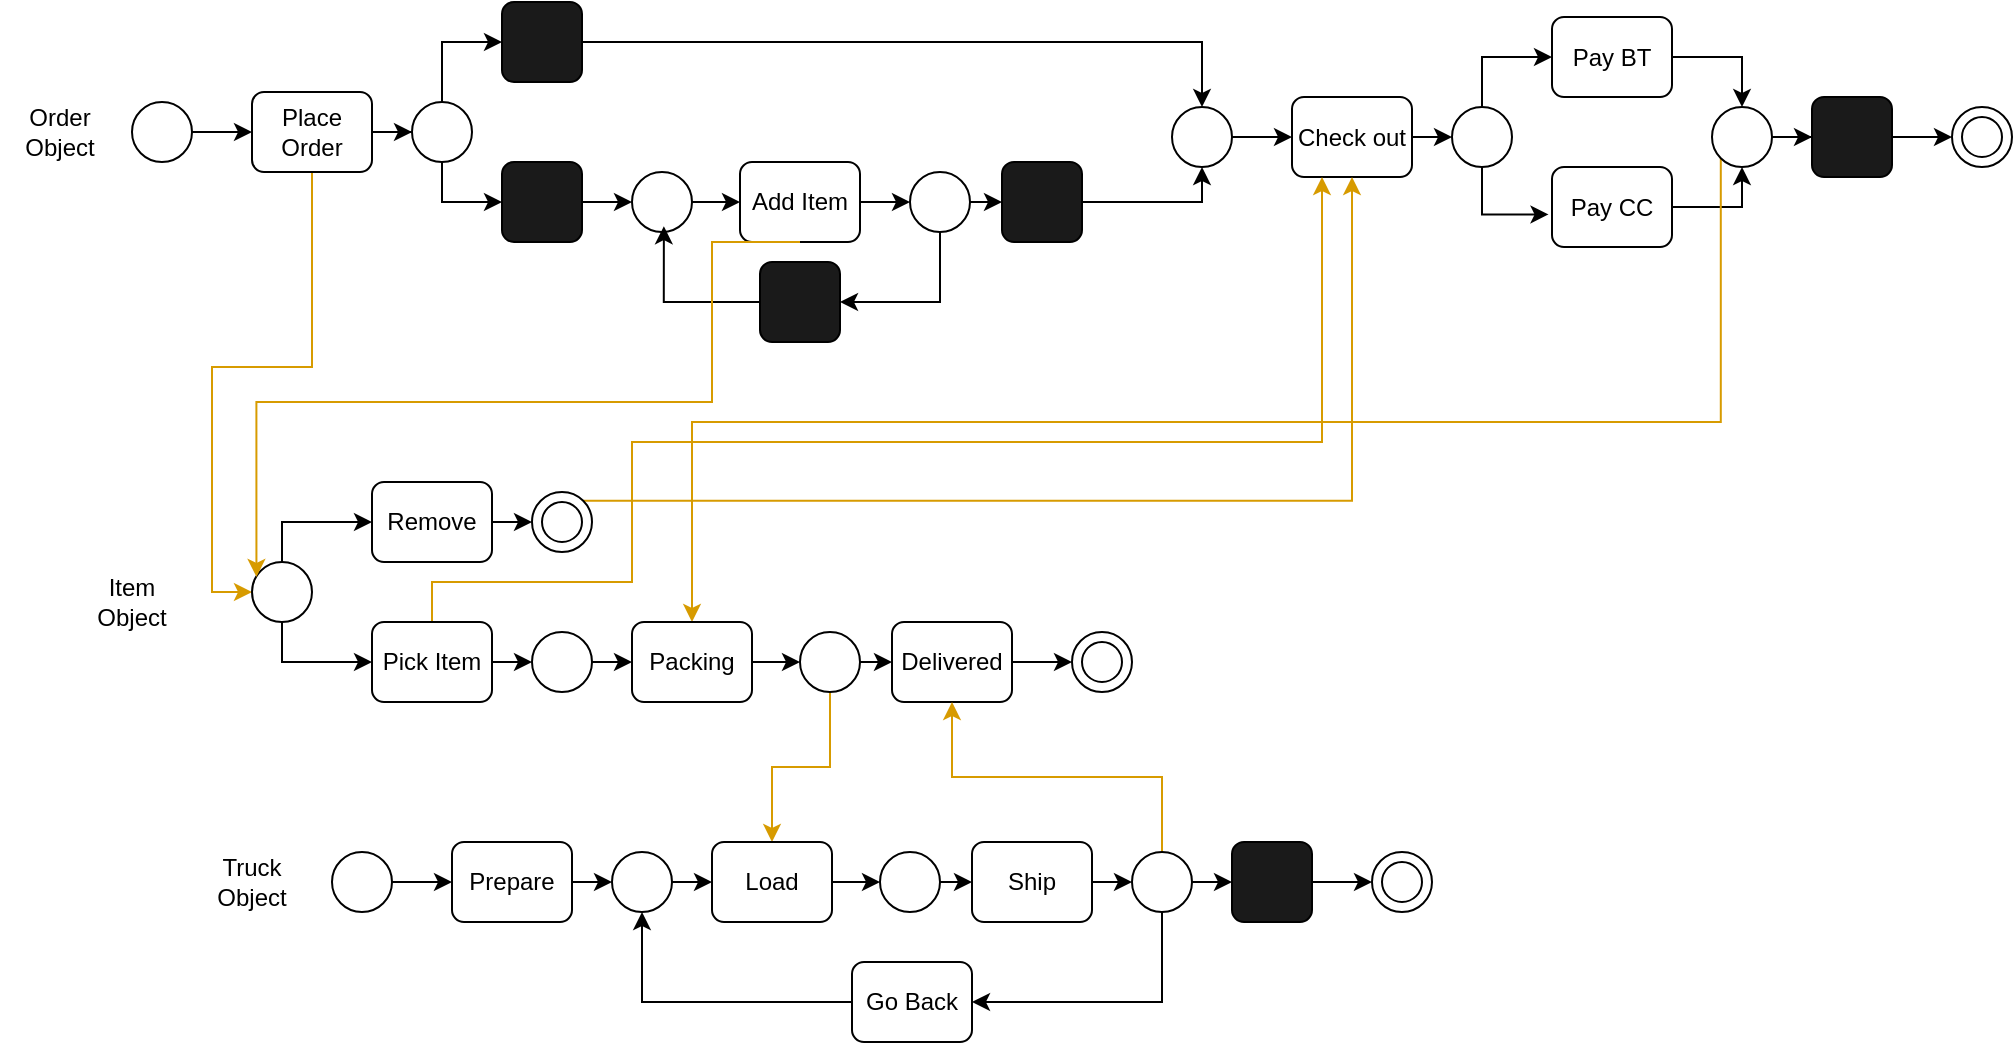
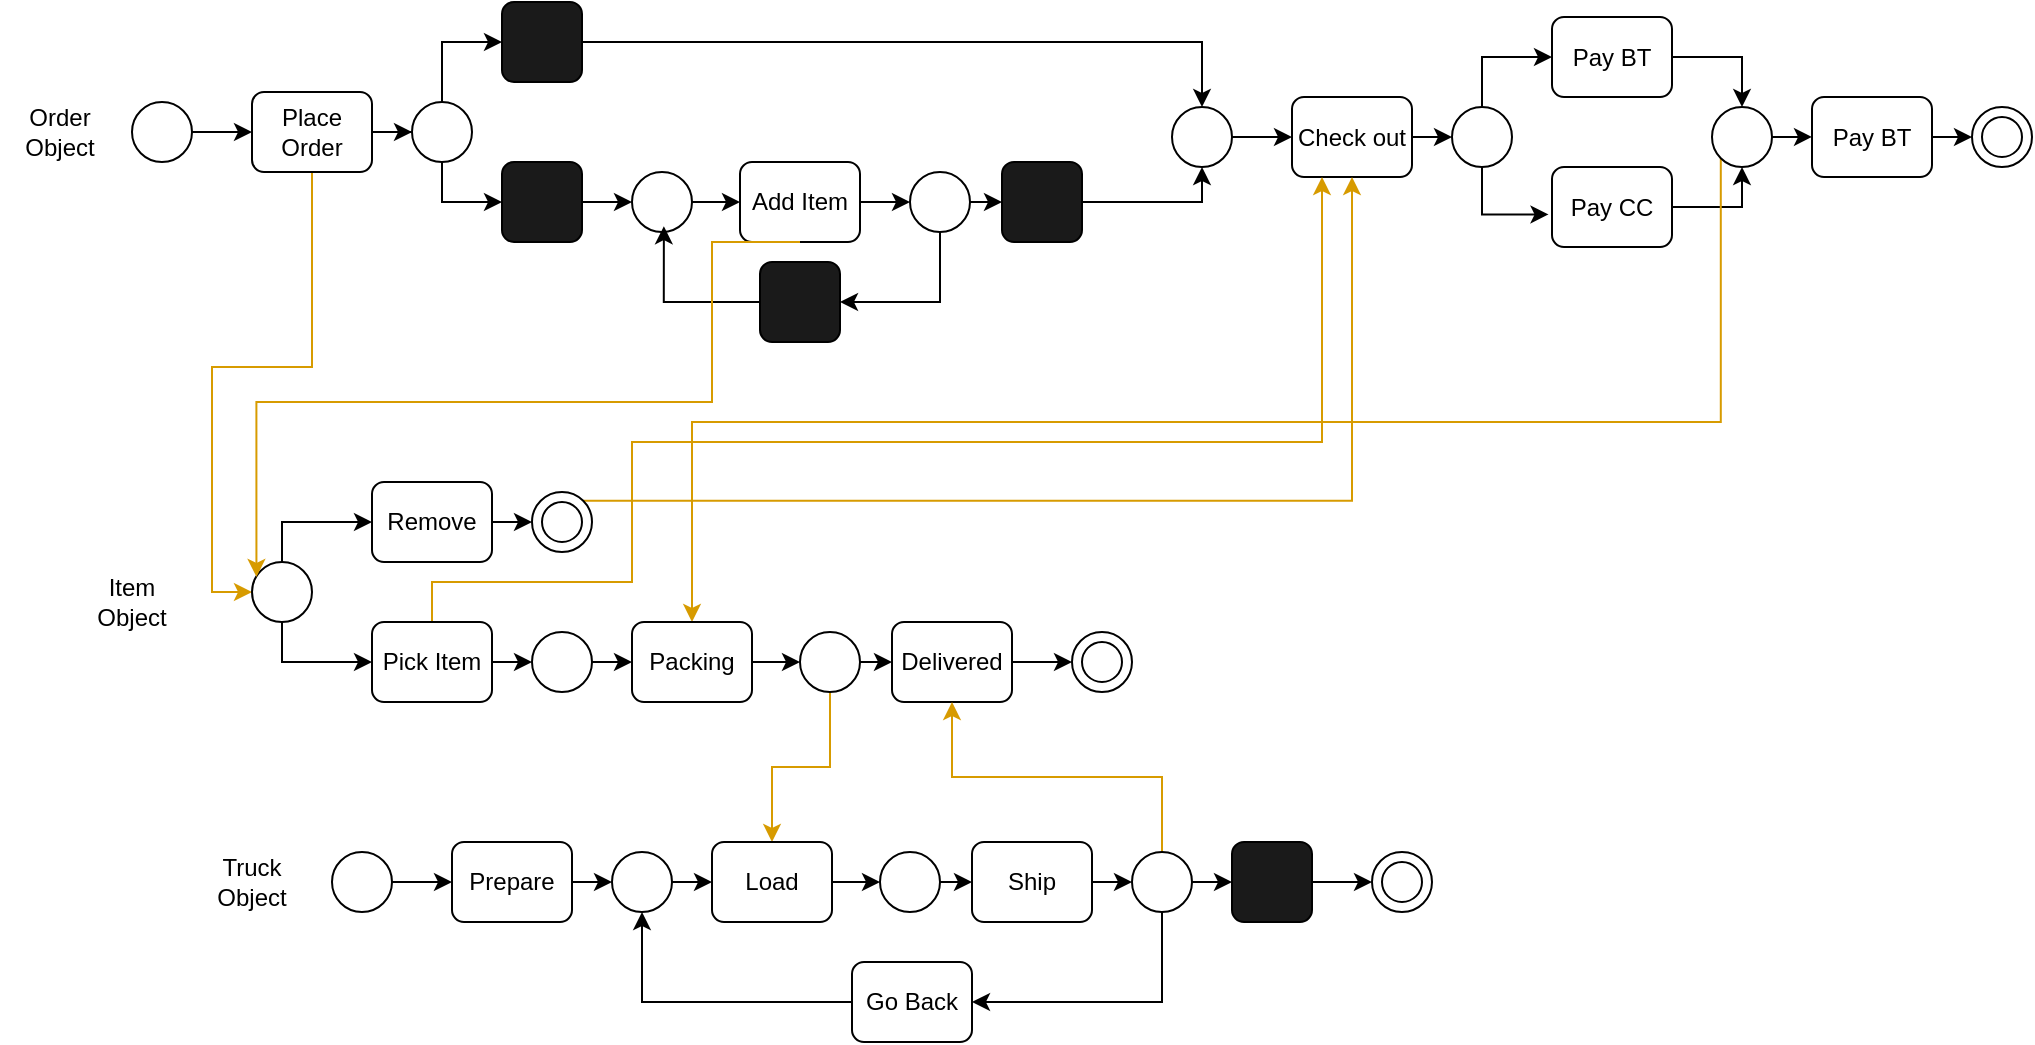
<mxfile host="app.diagrams.net" agent="Mozilla/5.0 (Macintosh; Intel Mac OS X 10_15_7) AppleWebKit/537.36 (KHTML, like Gecko) Chrome/145.0.0.0 Safari/537.36" version="29.6.1">
  <diagram name="Page-1" id="U0lEB8RDONqyMo7fbvKj">
-     <mxGraphModel dx="1110" dy="627" grid="1" gridSize="10" guides="1" tooltips="1" connect="1" arrows="1" fold="1" page="1" pageScale="1" pageWidth="827" pageHeight="1169" math="1" shadow="0">
+     <mxGraphModel dx="664" dy="373" grid="1" gridSize="10" guides="1" tooltips="1" connect="1" arrows="1" fold="1" page="1" pageScale="1" pageWidth="827" pageHeight="1169" math="1" shadow="0">
      <root>
        <mxCell id="0" />
        <mxCell id="1" parent="0" />
        <mxCell id="wiDblZTbU8_r3XgRSgjG-6" edge="1" parent="1" source="wiDblZTbU8_r3XgRSgjG-1" style="edgeStyle=orthogonalEdgeStyle;rounded=0;orthogonalLoop=1;jettySize=auto;html=1;exitX=1;exitY=0.5;exitDx=0;exitDy=0;" target="wiDblZTbU8_r3XgRSgjG-2">
          <mxGeometry relative="1" as="geometry" />
        </mxCell>
        <mxCell id="wiDblZTbU8_r3XgRSgjG-1" parent="1" style="ellipse;whiteSpace=wrap;html=1;aspect=fixed;" value="" vertex="1">
          <mxGeometry height="30" width="30" x="80" y="110" as="geometry" />
        </mxCell>
        <mxCell id="wiDblZTbU8_r3XgRSgjG-8" edge="1" parent="1" source="wiDblZTbU8_r3XgRSgjG-2" style="edgeStyle=orthogonalEdgeStyle;rounded=0;orthogonalLoop=1;jettySize=auto;html=1;exitX=1;exitY=0.5;exitDx=0;exitDy=0;" target="wiDblZTbU8_r3XgRSgjG-7">
          <mxGeometry relative="1" as="geometry" />
        </mxCell>
        <mxCell id="wiDblZTbU8_r3XgRSgjG-104" edge="1" parent="1" source="wiDblZTbU8_r3XgRSgjG-2" style="edgeStyle=orthogonalEdgeStyle;rounded=0;orthogonalLoop=1;jettySize=auto;html=1;exitX=0.5;exitY=1;exitDx=0;exitDy=0;entryX=0;entryY=0.5;entryDx=0;entryDy=0;fillColor=#ffe6cc;strokeColor=#d79b00;" target="wiDblZTbU8_r3XgRSgjG-40">
          <mxGeometry relative="1" as="geometry" />
        </mxCell>
        <mxCell id="wiDblZTbU8_r3XgRSgjG-2" parent="1" style="rounded=1;whiteSpace=wrap;html=1;" value="Place Order" vertex="1">
          <mxGeometry height="40" width="60" x="140" y="105" as="geometry" />
        </mxCell>
        <mxCell id="wiDblZTbU8_r3XgRSgjG-98" edge="1" parent="1" source="wiDblZTbU8_r3XgRSgjG-4" style="edgeStyle=orthogonalEdgeStyle;rounded=0;orthogonalLoop=1;jettySize=auto;html=1;exitX=1;exitY=0.5;exitDx=0;exitDy=0;entryX=0;entryY=0.5;entryDx=0;entryDy=0;" target="wiDblZTbU8_r3XgRSgjG-90">
          <mxGeometry relative="1" as="geometry" />
        </mxCell>
        <mxCell id="wiDblZTbU8_r3XgRSgjG-4" parent="1" style="rounded=1;whiteSpace=wrap;html=1;" value="Add Item" vertex="1">
          <mxGeometry height="40" width="60" x="384" y="140" as="geometry" />
        </mxCell>
        <mxCell id="wiDblZTbU8_r3XgRSgjG-94" edge="1" parent="1" source="wiDblZTbU8_r3XgRSgjG-7" style="edgeStyle=orthogonalEdgeStyle;rounded=0;orthogonalLoop=1;jettySize=auto;html=1;exitX=0.5;exitY=0;exitDx=0;exitDy=0;entryX=0;entryY=0.5;entryDx=0;entryDy=0;" target="wiDblZTbU8_r3XgRSgjG-9">
          <mxGeometry relative="1" as="geometry" />
        </mxCell>
        <mxCell id="wiDblZTbU8_r3XgRSgjG-95" edge="1" parent="1" source="wiDblZTbU8_r3XgRSgjG-7" style="edgeStyle=orthogonalEdgeStyle;rounded=0;orthogonalLoop=1;jettySize=auto;html=1;exitX=0.5;exitY=1;exitDx=0;exitDy=0;" target="wiDblZTbU8_r3XgRSgjG-89">
          <mxGeometry relative="1" as="geometry" />
        </mxCell>
        <mxCell id="wiDblZTbU8_r3XgRSgjG-7" parent="1" style="ellipse;whiteSpace=wrap;html=1;aspect=fixed;" value="" vertex="1">
          <mxGeometry height="30" width="30" x="220" y="110" as="geometry" />
        </mxCell>
        <mxCell id="wiDblZTbU8_r3XgRSgjG-103" edge="1" parent="1" source="wiDblZTbU8_r3XgRSgjG-9" style="edgeStyle=orthogonalEdgeStyle;rounded=0;orthogonalLoop=1;jettySize=auto;html=1;exitX=1;exitY=0.5;exitDx=0;exitDy=0;entryX=0.5;entryY=0;entryDx=0;entryDy=0;" target="wiDblZTbU8_r3XgRSgjG-20">
          <mxGeometry relative="1" as="geometry" />
        </mxCell>
        <mxCell id="wiDblZTbU8_r3XgRSgjG-9" parent="1" style="rounded=1;whiteSpace=wrap;html=1;fillColor=#1A1A1A;" value="" vertex="1">
          <mxGeometry height="40" width="40" x="265" y="60" as="geometry" />
        </mxCell>
        <mxCell id="wiDblZTbU8_r3XgRSgjG-97" edge="1" parent="1" source="wiDblZTbU8_r3XgRSgjG-13" style="edgeStyle=orthogonalEdgeStyle;rounded=0;orthogonalLoop=1;jettySize=auto;html=1;exitX=1;exitY=0.5;exitDx=0;exitDy=0;entryX=0;entryY=0.5;entryDx=0;entryDy=0;" target="wiDblZTbU8_r3XgRSgjG-4">
          <mxGeometry relative="1" as="geometry" />
        </mxCell>
        <mxCell id="wiDblZTbU8_r3XgRSgjG-13" parent="1" style="ellipse;whiteSpace=wrap;html=1;aspect=fixed;" value="" vertex="1">
          <mxGeometry height="30" width="30" x="330" y="145" as="geometry" />
        </mxCell>
        <mxCell id="wiDblZTbU8_r3XgRSgjG-24" edge="1" parent="1" source="wiDblZTbU8_r3XgRSgjG-20" style="edgeStyle=orthogonalEdgeStyle;rounded=0;orthogonalLoop=1;jettySize=auto;html=1;exitX=1;exitY=0.5;exitDx=0;exitDy=0;entryX=0;entryY=0.5;entryDx=0;entryDy=0;" target="wiDblZTbU8_r3XgRSgjG-23">
          <mxGeometry relative="1" as="geometry" />
        </mxCell>
        <mxCell id="wiDblZTbU8_r3XgRSgjG-20" parent="1" style="ellipse;whiteSpace=wrap;html=1;aspect=fixed;" value="" vertex="1">
          <mxGeometry height="30" width="30" x="600" y="112.5" as="geometry" />
        </mxCell>
        <mxCell id="wiDblZTbU8_r3XgRSgjG-32" edge="1" parent="1" source="wiDblZTbU8_r3XgRSgjG-23" style="edgeStyle=orthogonalEdgeStyle;rounded=0;orthogonalLoop=1;jettySize=auto;html=1;exitX=1;exitY=0.5;exitDx=0;exitDy=0;entryX=0;entryY=0.5;entryDx=0;entryDy=0;" target="wiDblZTbU8_r3XgRSgjG-25">
          <mxGeometry relative="1" as="geometry" />
        </mxCell>
        <mxCell id="wiDblZTbU8_r3XgRSgjG-23" parent="1" style="rounded=1;whiteSpace=wrap;html=1;" value="Check out" vertex="1">
          <mxGeometry height="40" width="60" x="660" y="107.5" as="geometry" />
        </mxCell>
        <mxCell id="wiDblZTbU8_r3XgRSgjG-25" parent="1" style="ellipse;whiteSpace=wrap;html=1;aspect=fixed;" value="" vertex="1">
          <mxGeometry height="30" width="30" x="740" y="112.5" as="geometry" />
        </mxCell>
        <mxCell id="wiDblZTbU8_r3XgRSgjG-36" edge="1" parent="1" source="wiDblZTbU8_r3XgRSgjG-26" style="edgeStyle=orthogonalEdgeStyle;rounded=0;orthogonalLoop=1;jettySize=auto;html=1;exitX=1;exitY=0.5;exitDx=0;exitDy=0;entryX=0.5;entryY=0;entryDx=0;entryDy=0;" target="wiDblZTbU8_r3XgRSgjG-28">
          <mxGeometry relative="1" as="geometry" />
        </mxCell>
        <mxCell id="wiDblZTbU8_r3XgRSgjG-26" parent="1" style="rounded=1;whiteSpace=wrap;html=1;" value="Pay BT" vertex="1">
          <mxGeometry height="40" width="60" x="790" y="67.5" as="geometry" />
        </mxCell>
        <mxCell id="wiDblZTbU8_r3XgRSgjG-35" edge="1" parent="1" source="wiDblZTbU8_r3XgRSgjG-27" style="edgeStyle=orthogonalEdgeStyle;rounded=0;orthogonalLoop=1;jettySize=auto;html=1;exitX=1;exitY=0.5;exitDx=0;exitDy=0;entryX=0.5;entryY=1;entryDx=0;entryDy=0;" target="wiDblZTbU8_r3XgRSgjG-28">
          <mxGeometry relative="1" as="geometry">
            <Array as="points">
              <mxPoint x="850" y="162.5" />
              <mxPoint x="885" y="162.5" />
            </Array>
          </mxGeometry>
        </mxCell>
        <mxCell id="wiDblZTbU8_r3XgRSgjG-27" parent="1" style="rounded=1;whiteSpace=wrap;html=1;" value="Pay CC" vertex="1">
          <mxGeometry height="40" width="60" x="790" y="142.5" as="geometry" />
        </mxCell>
-         <mxCell id="wiDblZTbU8_r3XgRSgjG-37" edge="1" parent="1" source="wiDblZTbU8_r3XgRSgjG-28" style="edgeStyle=orthogonalEdgeStyle;rounded=0;orthogonalLoop=1;jettySize=auto;html=1;exitX=1;exitY=0.5;exitDx=0;exitDy=0;" target="wiDblZTbU8_r3XgRSgjG-30">
-           <mxGeometry relative="1" as="geometry" />
+         <mxCell id="wiDblZTbU8_r3XgRSgjG-37" edge="1" parent="1" source="wiDblZTbU8_r3XgRSgjG-28" style="edgeStyle=orthogonalEdgeStyle;rounded=0;orthogonalLoop=1;jettySize=auto;html=1;exitX=1;exitY=0.5;exitDx=0;exitDy=0;">
+           <mxGeometry relative="1" as="geometry">
+             <mxPoint x="920" y="127.48648648648646" as="targetPoint" />
+           </mxGeometry>
        </mxCell>
        <mxCell id="wiDblZTbU8_r3XgRSgjG-108" edge="1" parent="1" source="wiDblZTbU8_r3XgRSgjG-28" style="edgeStyle=orthogonalEdgeStyle;rounded=0;orthogonalLoop=1;jettySize=auto;html=1;exitX=0;exitY=1;exitDx=0;exitDy=0;entryX=0.5;entryY=0;entryDx=0;entryDy=0;fillColor=#ffe6cc;strokeColor=#d79b00;" target="wiDblZTbU8_r3XgRSgjG-49">
          <mxGeometry relative="1" as="geometry">
            <Array as="points">
              <mxPoint x="874" y="270" />
              <mxPoint x="360" y="270" />
            </Array>
          </mxGeometry>
        </mxCell>
        <mxCell id="wiDblZTbU8_r3XgRSgjG-28" parent="1" style="ellipse;whiteSpace=wrap;html=1;aspect=fixed;" value="" vertex="1">
          <mxGeometry height="30" width="30" x="870" y="112.5" as="geometry" />
        </mxCell>
-         <mxCell id="wiDblZTbU8_r3XgRSgjG-38" edge="1" parent="1" source="wiDblZTbU8_r3XgRSgjG-30" style="edgeStyle=orthogonalEdgeStyle;rounded=0;orthogonalLoop=1;jettySize=auto;html=1;exitX=1;exitY=0.5;exitDx=0;exitDy=0;entryX=0;entryY=0.5;entryDx=0;entryDy=0;" target="wiDblZTbU8_r3XgRSgjG-31">
-           <mxGeometry relative="1" as="geometry" />
-         </mxCell>
-         <mxCell id="wiDblZTbU8_r3XgRSgjG-30" parent="1" style="rounded=1;whiteSpace=wrap;html=1;fillColor=#1A1A1A;" value="" vertex="1">
-           <mxGeometry height="40" width="40" x="920" y="107.5" as="geometry" />
-         </mxCell>
        <mxCell id="wiDblZTbU8_r3XgRSgjG-31" parent="1" style="ellipse;whiteSpace=wrap;html=1;aspect=fixed;" value="" vertex="1">
-           <mxGeometry height="30" width="30" x="990" y="112.5" as="geometry" />
+           <mxGeometry height="30" width="30" x="1000" y="112.5" as="geometry" />
        </mxCell>
        <mxCell id="wiDblZTbU8_r3XgRSgjG-33" edge="1" parent="1" source="wiDblZTbU8_r3XgRSgjG-25" style="edgeStyle=orthogonalEdgeStyle;rounded=0;orthogonalLoop=1;jettySize=auto;html=1;exitX=0.5;exitY=0;exitDx=0;exitDy=0;entryX=0;entryY=0.5;entryDx=0;entryDy=0;" target="wiDblZTbU8_r3XgRSgjG-26">
          <mxGeometry relative="1" as="geometry" />
        </mxCell>
        <mxCell id="wiDblZTbU8_r3XgRSgjG-39" parent="1" style="ellipse;whiteSpace=wrap;html=1;aspect=fixed;" value="" vertex="1">
-           <mxGeometry height="20" width="20" x="995" y="117.5" as="geometry" />
+           <mxGeometry height="20" width="20" x="1005" y="117.5" as="geometry" />
        </mxCell>
        <mxCell id="wiDblZTbU8_r3XgRSgjG-45" edge="1" parent="1" source="wiDblZTbU8_r3XgRSgjG-40" style="edgeStyle=orthogonalEdgeStyle;rounded=0;orthogonalLoop=1;jettySize=auto;html=1;exitX=0.5;exitY=0;exitDx=0;exitDy=0;" target="wiDblZTbU8_r3XgRSgjG-41">
          <mxGeometry relative="1" as="geometry" />
        </mxCell>
        <mxCell id="wiDblZTbU8_r3XgRSgjG-46" edge="1" parent="1" source="wiDblZTbU8_r3XgRSgjG-40" style="edgeStyle=orthogonalEdgeStyle;rounded=0;orthogonalLoop=1;jettySize=auto;html=1;exitX=0.5;exitY=1;exitDx=0;exitDy=0;entryX=0;entryY=0.5;entryDx=0;entryDy=0;" target="wiDblZTbU8_r3XgRSgjG-42">
          <mxGeometry relative="1" as="geometry" />
        </mxCell>
        <mxCell id="wiDblZTbU8_r3XgRSgjG-40" parent="1" style="ellipse;whiteSpace=wrap;html=1;aspect=fixed;" value="" vertex="1">
          <mxGeometry height="30" width="30" x="140" y="340" as="geometry" />
        </mxCell>
        <mxCell id="wiDblZTbU8_r3XgRSgjG-47" edge="1" parent="1" source="wiDblZTbU8_r3XgRSgjG-41" style="edgeStyle=orthogonalEdgeStyle;rounded=0;orthogonalLoop=1;jettySize=auto;html=1;exitX=1;exitY=0.5;exitDx=0;exitDy=0;entryX=0;entryY=0.5;entryDx=0;entryDy=0;" target="wiDblZTbU8_r3XgRSgjG-43">
          <mxGeometry relative="1" as="geometry" />
        </mxCell>
        <mxCell id="wiDblZTbU8_r3XgRSgjG-41" parent="1" style="rounded=1;whiteSpace=wrap;html=1;" value="Remove" vertex="1">
          <mxGeometry height="40" width="60" x="200" y="300" as="geometry" />
        </mxCell>
        <mxCell id="wiDblZTbU8_r3XgRSgjG-55" edge="1" parent="1" source="wiDblZTbU8_r3XgRSgjG-42" style="edgeStyle=orthogonalEdgeStyle;rounded=0;orthogonalLoop=1;jettySize=auto;html=1;exitX=1;exitY=0.5;exitDx=0;exitDy=0;entryX=0;entryY=0.5;entryDx=0;entryDy=0;" target="wiDblZTbU8_r3XgRSgjG-48">
          <mxGeometry relative="1" as="geometry" />
        </mxCell>
        <mxCell id="wiDblZTbU8_r3XgRSgjG-107" edge="1" parent="1" source="wiDblZTbU8_r3XgRSgjG-42" style="edgeStyle=orthogonalEdgeStyle;rounded=0;orthogonalLoop=1;jettySize=auto;html=1;exitX=0.5;exitY=0;exitDx=0;exitDy=0;entryX=0.25;entryY=1;entryDx=0;entryDy=0;fillColor=#ffe6cc;strokeColor=#d79b00;" target="wiDblZTbU8_r3XgRSgjG-23">
          <mxGeometry relative="1" as="geometry">
            <Array as="points">
              <mxPoint x="230" y="350" />
              <mxPoint x="330" y="350" />
              <mxPoint x="330" y="280" />
              <mxPoint x="675" y="280" />
            </Array>
          </mxGeometry>
        </mxCell>
        <mxCell id="wiDblZTbU8_r3XgRSgjG-42" parent="1" style="rounded=1;whiteSpace=wrap;html=1;" value="Pick Item" vertex="1">
          <mxGeometry height="40" width="60" x="200" y="370" as="geometry" />
        </mxCell>
        <mxCell id="wiDblZTbU8_r3XgRSgjG-106" edge="1" parent="1" source="wiDblZTbU8_r3XgRSgjG-43" style="edgeStyle=orthogonalEdgeStyle;rounded=0;orthogonalLoop=1;jettySize=auto;html=1;exitX=1;exitY=0;exitDx=0;exitDy=0;fillColor=#ffe6cc;strokeColor=#d79b00;" target="wiDblZTbU8_r3XgRSgjG-23">
          <mxGeometry relative="1" as="geometry" />
        </mxCell>
        <mxCell id="wiDblZTbU8_r3XgRSgjG-43" parent="1" style="ellipse;whiteSpace=wrap;html=1;aspect=fixed;" value="" vertex="1">
          <mxGeometry height="30" width="30" x="280" y="305" as="geometry" />
        </mxCell>
        <mxCell id="wiDblZTbU8_r3XgRSgjG-44" parent="1" style="ellipse;whiteSpace=wrap;html=1;aspect=fixed;" value="" vertex="1">
          <mxGeometry height="20" width="20" x="285" y="310" as="geometry" />
        </mxCell>
        <mxCell id="wiDblZTbU8_r3XgRSgjG-56" edge="1" parent="1" source="wiDblZTbU8_r3XgRSgjG-48" style="edgeStyle=orthogonalEdgeStyle;rounded=0;orthogonalLoop=1;jettySize=auto;html=1;exitX=1;exitY=0.5;exitDx=0;exitDy=0;entryX=0;entryY=0.5;entryDx=0;entryDy=0;" target="wiDblZTbU8_r3XgRSgjG-49">
          <mxGeometry relative="1" as="geometry" />
        </mxCell>
        <mxCell id="wiDblZTbU8_r3XgRSgjG-48" parent="1" style="ellipse;whiteSpace=wrap;html=1;aspect=fixed;" value="" vertex="1">
          <mxGeometry height="30" width="30" x="280" y="375" as="geometry" />
        </mxCell>
        <mxCell id="wiDblZTbU8_r3XgRSgjG-57" edge="1" parent="1" source="wiDblZTbU8_r3XgRSgjG-49" style="edgeStyle=orthogonalEdgeStyle;rounded=0;orthogonalLoop=1;jettySize=auto;html=1;exitX=1;exitY=0.5;exitDx=0;exitDy=0;entryX=0;entryY=0.5;entryDx=0;entryDy=0;" target="wiDblZTbU8_r3XgRSgjG-50">
          <mxGeometry relative="1" as="geometry" />
        </mxCell>
        <mxCell id="wiDblZTbU8_r3XgRSgjG-49" parent="1" style="rounded=1;whiteSpace=wrap;html=1;" value="Packing" vertex="1">
          <mxGeometry height="40" width="60" x="330" y="370" as="geometry" />
        </mxCell>
        <mxCell id="wiDblZTbU8_r3XgRSgjG-58" edge="1" parent="1" source="wiDblZTbU8_r3XgRSgjG-50" style="edgeStyle=orthogonalEdgeStyle;rounded=0;orthogonalLoop=1;jettySize=auto;html=1;exitX=1;exitY=0.5;exitDx=0;exitDy=0;entryX=0;entryY=0.5;entryDx=0;entryDy=0;" target="wiDblZTbU8_r3XgRSgjG-51">
          <mxGeometry relative="1" as="geometry" />
        </mxCell>
        <mxCell id="wiDblZTbU8_r3XgRSgjG-109" edge="1" parent="1" source="wiDblZTbU8_r3XgRSgjG-50" style="edgeStyle=orthogonalEdgeStyle;rounded=0;orthogonalLoop=1;jettySize=auto;html=1;exitX=0.5;exitY=1;exitDx=0;exitDy=0;entryX=0.5;entryY=0;entryDx=0;entryDy=0;fillColor=#ffe6cc;strokeColor=#d79b00;" target="wiDblZTbU8_r3XgRSgjG-67">
          <mxGeometry relative="1" as="geometry" />
        </mxCell>
        <mxCell id="wiDblZTbU8_r3XgRSgjG-50" parent="1" style="ellipse;whiteSpace=wrap;html=1;aspect=fixed;" value="" vertex="1">
          <mxGeometry height="30" width="30" x="414" y="375" as="geometry" />
        </mxCell>
        <mxCell id="wiDblZTbU8_r3XgRSgjG-59" edge="1" parent="1" source="wiDblZTbU8_r3XgRSgjG-51" style="edgeStyle=orthogonalEdgeStyle;rounded=0;orthogonalLoop=1;jettySize=auto;html=1;exitX=1;exitY=0.5;exitDx=0;exitDy=0;entryX=0;entryY=0.5;entryDx=0;entryDy=0;" target="wiDblZTbU8_r3XgRSgjG-52">
          <mxGeometry relative="1" as="geometry" />
        </mxCell>
        <mxCell id="wiDblZTbU8_r3XgRSgjG-51" parent="1" style="rounded=1;whiteSpace=wrap;html=1;" value="Delivered" vertex="1">
          <mxGeometry height="40" width="60" x="460" y="370" as="geometry" />
        </mxCell>
        <mxCell id="wiDblZTbU8_r3XgRSgjG-52" parent="1" style="ellipse;whiteSpace=wrap;html=1;aspect=fixed;" value="" vertex="1">
          <mxGeometry height="30" width="30" x="550" y="375" as="geometry" />
        </mxCell>
        <mxCell id="wiDblZTbU8_r3XgRSgjG-53" parent="1" style="ellipse;whiteSpace=wrap;html=1;aspect=fixed;" value="" vertex="1">
          <mxGeometry height="20" width="20" x="555" y="380" as="geometry" />
        </mxCell>
        <mxCell id="wiDblZTbU8_r3XgRSgjG-74" edge="1" parent="1" source="wiDblZTbU8_r3XgRSgjG-61" style="edgeStyle=orthogonalEdgeStyle;rounded=0;orthogonalLoop=1;jettySize=auto;html=1;exitX=1;exitY=0.5;exitDx=0;exitDy=0;entryX=0;entryY=0.5;entryDx=0;entryDy=0;" target="wiDblZTbU8_r3XgRSgjG-63">
          <mxGeometry relative="1" as="geometry" />
        </mxCell>
        <mxCell id="wiDblZTbU8_r3XgRSgjG-61" parent="1" style="ellipse;whiteSpace=wrap;html=1;aspect=fixed;" value="" vertex="1">
          <mxGeometry height="30" width="30" x="180" y="485" as="geometry" />
        </mxCell>
        <mxCell id="wiDblZTbU8_r3XgRSgjG-62" edge="1" parent="1" source="wiDblZTbU8_r3XgRSgjG-63" style="edgeStyle=orthogonalEdgeStyle;rounded=0;orthogonalLoop=1;jettySize=auto;html=1;exitX=1;exitY=0.5;exitDx=0;exitDy=0;entryX=0;entryY=0.5;entryDx=0;entryDy=0;" target="wiDblZTbU8_r3XgRSgjG-65">
          <mxGeometry relative="1" as="geometry" />
        </mxCell>
        <mxCell id="wiDblZTbU8_r3XgRSgjG-63" parent="1" style="rounded=1;whiteSpace=wrap;html=1;" value="Prepare" vertex="1">
          <mxGeometry height="40" width="60" x="240" y="480" as="geometry" />
        </mxCell>
        <mxCell id="wiDblZTbU8_r3XgRSgjG-64" edge="1" parent="1" source="wiDblZTbU8_r3XgRSgjG-65" style="edgeStyle=orthogonalEdgeStyle;rounded=0;orthogonalLoop=1;jettySize=auto;html=1;exitX=1;exitY=0.5;exitDx=0;exitDy=0;entryX=0;entryY=0.5;entryDx=0;entryDy=0;" target="wiDblZTbU8_r3XgRSgjG-67">
          <mxGeometry relative="1" as="geometry" />
        </mxCell>
        <mxCell id="wiDblZTbU8_r3XgRSgjG-65" parent="1" style="ellipse;whiteSpace=wrap;html=1;aspect=fixed;" value="" vertex="1">
          <mxGeometry height="30" width="30" x="320" y="485" as="geometry" />
        </mxCell>
        <mxCell id="wiDblZTbU8_r3XgRSgjG-66" edge="1" parent="1" source="wiDblZTbU8_r3XgRSgjG-67" style="edgeStyle=orthogonalEdgeStyle;rounded=0;orthogonalLoop=1;jettySize=auto;html=1;exitX=1;exitY=0.5;exitDx=0;exitDy=0;entryX=0;entryY=0.5;entryDx=0;entryDy=0;" target="wiDblZTbU8_r3XgRSgjG-69">
          <mxGeometry relative="1" as="geometry" />
        </mxCell>
        <mxCell id="wiDblZTbU8_r3XgRSgjG-67" parent="1" style="rounded=1;whiteSpace=wrap;html=1;" value="Load" vertex="1">
          <mxGeometry height="40" width="60" x="370" y="480" as="geometry" />
        </mxCell>
        <mxCell id="wiDblZTbU8_r3XgRSgjG-68" edge="1" parent="1" source="wiDblZTbU8_r3XgRSgjG-69" style="edgeStyle=orthogonalEdgeStyle;rounded=0;orthogonalLoop=1;jettySize=auto;html=1;exitX=1;exitY=0.5;exitDx=0;exitDy=0;entryX=0;entryY=0.5;entryDx=0;entryDy=0;" target="wiDblZTbU8_r3XgRSgjG-71">
          <mxGeometry relative="1" as="geometry" />
        </mxCell>
        <mxCell id="wiDblZTbU8_r3XgRSgjG-69" parent="1" style="ellipse;whiteSpace=wrap;html=1;aspect=fixed;" value="" vertex="1">
          <mxGeometry height="30" width="30" x="454" y="485" as="geometry" />
        </mxCell>
        <mxCell id="wiDblZTbU8_r3XgRSgjG-77" edge="1" parent="1" source="wiDblZTbU8_r3XgRSgjG-71" style="edgeStyle=orthogonalEdgeStyle;rounded=0;orthogonalLoop=1;jettySize=auto;html=1;exitX=1;exitY=0.5;exitDx=0;exitDy=0;entryX=0;entryY=0.5;entryDx=0;entryDy=0;" target="wiDblZTbU8_r3XgRSgjG-76">
          <mxGeometry relative="1" as="geometry" />
        </mxCell>
        <mxCell id="wiDblZTbU8_r3XgRSgjG-71" parent="1" style="rounded=1;whiteSpace=wrap;html=1;" value="Ship" vertex="1">
          <mxGeometry height="40" width="60" x="500" y="480" as="geometry" />
        </mxCell>
        <mxCell id="wiDblZTbU8_r3XgRSgjG-72" parent="1" style="ellipse;whiteSpace=wrap;html=1;aspect=fixed;" value="" vertex="1">
          <mxGeometry height="30" width="30" x="700" y="485" as="geometry" />
        </mxCell>
        <mxCell id="wiDblZTbU8_r3XgRSgjG-73" parent="1" style="ellipse;whiteSpace=wrap;html=1;aspect=fixed;" value="" vertex="1">
          <mxGeometry height="20" width="20" x="705" y="490" as="geometry" />
        </mxCell>
        <mxCell id="wiDblZTbU8_r3XgRSgjG-79" edge="1" parent="1" source="wiDblZTbU8_r3XgRSgjG-75" style="edgeStyle=orthogonalEdgeStyle;rounded=0;orthogonalLoop=1;jettySize=auto;html=1;exitX=1;exitY=0.5;exitDx=0;exitDy=0;entryX=0;entryY=0.5;entryDx=0;entryDy=0;" target="wiDblZTbU8_r3XgRSgjG-72">
          <mxGeometry relative="1" as="geometry" />
        </mxCell>
        <mxCell id="wiDblZTbU8_r3XgRSgjG-75" parent="1" style="rounded=1;whiteSpace=wrap;html=1;fillColor=#1A1A1A;" value="" vertex="1">
          <mxGeometry height="40" width="40" x="630" y="480" as="geometry" />
        </mxCell>
        <mxCell id="wiDblZTbU8_r3XgRSgjG-78" edge="1" parent="1" source="wiDblZTbU8_r3XgRSgjG-76" style="edgeStyle=orthogonalEdgeStyle;rounded=0;orthogonalLoop=1;jettySize=auto;html=1;exitX=1;exitY=0.5;exitDx=0;exitDy=0;entryX=0;entryY=0.5;entryDx=0;entryDy=0;" target="wiDblZTbU8_r3XgRSgjG-75">
          <mxGeometry relative="1" as="geometry" />
        </mxCell>
        <mxCell id="wiDblZTbU8_r3XgRSgjG-81" edge="1" parent="1" source="wiDblZTbU8_r3XgRSgjG-76" style="edgeStyle=orthogonalEdgeStyle;rounded=0;orthogonalLoop=1;jettySize=auto;html=1;exitX=0.5;exitY=1;exitDx=0;exitDy=0;entryX=1;entryY=0.5;entryDx=0;entryDy=0;" target="wiDblZTbU8_r3XgRSgjG-80">
          <mxGeometry relative="1" as="geometry" />
        </mxCell>
        <mxCell id="wiDblZTbU8_r3XgRSgjG-110" edge="1" parent="1" source="wiDblZTbU8_r3XgRSgjG-76" style="edgeStyle=orthogonalEdgeStyle;rounded=0;orthogonalLoop=1;jettySize=auto;html=1;exitX=0.5;exitY=0;exitDx=0;exitDy=0;entryX=0.5;entryY=1;entryDx=0;entryDy=0;fillColor=#ffe6cc;strokeColor=#d79b00;" target="wiDblZTbU8_r3XgRSgjG-51">
          <mxGeometry relative="1" as="geometry" />
        </mxCell>
        <mxCell id="wiDblZTbU8_r3XgRSgjG-76" parent="1" style="ellipse;whiteSpace=wrap;html=1;aspect=fixed;" value="" vertex="1">
          <mxGeometry height="30" width="30" x="580" y="485" as="geometry" />
        </mxCell>
        <mxCell id="wiDblZTbU8_r3XgRSgjG-82" edge="1" parent="1" source="wiDblZTbU8_r3XgRSgjG-80" style="edgeStyle=orthogonalEdgeStyle;rounded=0;orthogonalLoop=1;jettySize=auto;html=1;exitX=0;exitY=0.5;exitDx=0;exitDy=0;entryX=0.5;entryY=1;entryDx=0;entryDy=0;" target="wiDblZTbU8_r3XgRSgjG-65">
          <mxGeometry relative="1" as="geometry" />
        </mxCell>
        <mxCell id="wiDblZTbU8_r3XgRSgjG-80" parent="1" style="rounded=1;whiteSpace=wrap;html=1;" value="Go Back" vertex="1">
          <mxGeometry height="40" width="60" x="440" y="540" as="geometry" />
        </mxCell>
        <mxCell id="wiDblZTbU8_r3XgRSgjG-83" parent="1" style="text;html=1;whiteSpace=wrap;strokeColor=none;fillColor=none;align=center;verticalAlign=middle;rounded=0;" value="Truck Object" vertex="1">
          <mxGeometry height="30" width="60" x="110" y="485" as="geometry" />
        </mxCell>
        <mxCell id="wiDblZTbU8_r3XgRSgjG-84" parent="1" style="text;html=1;whiteSpace=wrap;strokeColor=none;fillColor=none;align=center;verticalAlign=middle;rounded=0;" value="Item Object" vertex="1">
          <mxGeometry height="30" width="60" x="50" y="345" as="geometry" />
        </mxCell>
        <mxCell id="wiDblZTbU8_r3XgRSgjG-85" parent="1" style="text;html=1;whiteSpace=wrap;strokeColor=none;fillColor=none;align=center;verticalAlign=middle;rounded=0;" value="Order Object" vertex="1">
          <mxGeometry height="30" width="60" x="14" y="110" as="geometry" />
        </mxCell>
        <mxCell id="wiDblZTbU8_r3XgRSgjG-88" edge="1" parent="1" source="wiDblZTbU8_r3XgRSgjG-25" style="edgeStyle=orthogonalEdgeStyle;rounded=0;orthogonalLoop=1;jettySize=auto;html=1;exitX=0.5;exitY=1;exitDx=0;exitDy=0;entryX=-0.029;entryY=0.593;entryDx=0;entryDy=0;entryPerimeter=0;" target="wiDblZTbU8_r3XgRSgjG-27">
          <mxGeometry relative="1" as="geometry" />
        </mxCell>
        <mxCell id="wiDblZTbU8_r3XgRSgjG-96" edge="1" parent="1" source="wiDblZTbU8_r3XgRSgjG-89" style="edgeStyle=orthogonalEdgeStyle;rounded=0;orthogonalLoop=1;jettySize=auto;html=1;exitX=1;exitY=0.5;exitDx=0;exitDy=0;entryX=0;entryY=0.5;entryDx=0;entryDy=0;" target="wiDblZTbU8_r3XgRSgjG-13">
          <mxGeometry relative="1" as="geometry" />
        </mxCell>
        <mxCell id="wiDblZTbU8_r3XgRSgjG-89" parent="1" style="rounded=1;whiteSpace=wrap;html=1;fillColor=#1A1A1A;" value="" vertex="1">
          <mxGeometry height="40" width="40" x="265" y="140" as="geometry" />
        </mxCell>
        <mxCell id="wiDblZTbU8_r3XgRSgjG-99" edge="1" parent="1" source="wiDblZTbU8_r3XgRSgjG-90" style="edgeStyle=orthogonalEdgeStyle;rounded=0;orthogonalLoop=1;jettySize=auto;html=1;exitX=0.5;exitY=1;exitDx=0;exitDy=0;entryX=1;entryY=0.5;entryDx=0;entryDy=0;" target="wiDblZTbU8_r3XgRSgjG-91">
          <mxGeometry relative="1" as="geometry" />
        </mxCell>
        <mxCell id="wiDblZTbU8_r3XgRSgjG-101" edge="1" parent="1" source="wiDblZTbU8_r3XgRSgjG-90" style="edgeStyle=orthogonalEdgeStyle;rounded=0;orthogonalLoop=1;jettySize=auto;html=1;exitX=1;exitY=0.5;exitDx=0;exitDy=0;entryX=0;entryY=0.5;entryDx=0;entryDy=0;" target="wiDblZTbU8_r3XgRSgjG-92">
          <mxGeometry relative="1" as="geometry" />
        </mxCell>
        <mxCell id="wiDblZTbU8_r3XgRSgjG-90" parent="1" style="ellipse;whiteSpace=wrap;html=1;aspect=fixed;" value="" vertex="1">
          <mxGeometry height="30" width="30" x="469" y="145" as="geometry" />
        </mxCell>
        <mxCell id="wiDblZTbU8_r3XgRSgjG-91" parent="1" style="rounded=1;whiteSpace=wrap;html=1;fillColor=#1A1A1A;" value="" vertex="1">
          <mxGeometry height="40" width="40" x="394" y="190" as="geometry" />
        </mxCell>
        <mxCell id="wiDblZTbU8_r3XgRSgjG-102" edge="1" parent="1" source="wiDblZTbU8_r3XgRSgjG-92" style="edgeStyle=orthogonalEdgeStyle;rounded=0;orthogonalLoop=1;jettySize=auto;html=1;exitX=1;exitY=0.5;exitDx=0;exitDy=0;entryX=0.5;entryY=1;entryDx=0;entryDy=0;" target="wiDblZTbU8_r3XgRSgjG-20">
          <mxGeometry relative="1" as="geometry">
            <Array as="points">
              <mxPoint x="615" y="160" />
            </Array>
          </mxGeometry>
        </mxCell>
        <mxCell id="wiDblZTbU8_r3XgRSgjG-92" parent="1" style="rounded=1;whiteSpace=wrap;html=1;fillColor=#1A1A1A;" value="" vertex="1">
          <mxGeometry height="40" width="40" x="515" y="140" as="geometry" />
        </mxCell>
        <mxCell id="wiDblZTbU8_r3XgRSgjG-100" edge="1" parent="1" source="wiDblZTbU8_r3XgRSgjG-91" style="edgeStyle=orthogonalEdgeStyle;rounded=0;orthogonalLoop=1;jettySize=auto;html=1;exitX=0;exitY=0.5;exitDx=0;exitDy=0;entryX=0.531;entryY=0.903;entryDx=0;entryDy=0;entryPerimeter=0;" target="wiDblZTbU8_r3XgRSgjG-13">
          <mxGeometry relative="1" as="geometry" />
        </mxCell>
        <mxCell id="wiDblZTbU8_r3XgRSgjG-105" edge="1" parent="1" source="wiDblZTbU8_r3XgRSgjG-4" style="edgeStyle=orthogonalEdgeStyle;rounded=0;orthogonalLoop=1;jettySize=auto;html=1;exitX=0.5;exitY=1;exitDx=0;exitDy=0;entryX=0.074;entryY=0.248;entryDx=0;entryDy=0;entryPerimeter=0;fillColor=#ffe6cc;strokeColor=#d79b00;" target="wiDblZTbU8_r3XgRSgjG-40">
          <mxGeometry relative="1" as="geometry">
            <Array as="points">
              <mxPoint x="370" y="180" />
              <mxPoint x="370" y="260" />
              <mxPoint x="142" y="260" />
            </Array>
          </mxGeometry>
        </mxCell>
+         <mxCell id="wiDblZTbU8_r3XgRSgjG-113" edge="1" parent="1" source="wiDblZTbU8_r3XgRSgjG-111" style="edgeStyle=orthogonalEdgeStyle;rounded=0;orthogonalLoop=1;jettySize=auto;html=1;exitX=1;exitY=0.5;exitDx=0;exitDy=0;entryX=0;entryY=0.5;entryDx=0;entryDy=0;" target="wiDblZTbU8_r3XgRSgjG-31">
+           <mxGeometry relative="1" as="geometry" />
+         </mxCell>
+         <mxCell id="wiDblZTbU8_r3XgRSgjG-111" parent="1" style="rounded=1;whiteSpace=wrap;html=1;" value="Pay BT" vertex="1">
+           <mxGeometry height="40" width="60" x="920" y="107.5" as="geometry" />
+         </mxCell>
      </root>
    </mxGraphModel>
  </diagram>
</mxfile>
